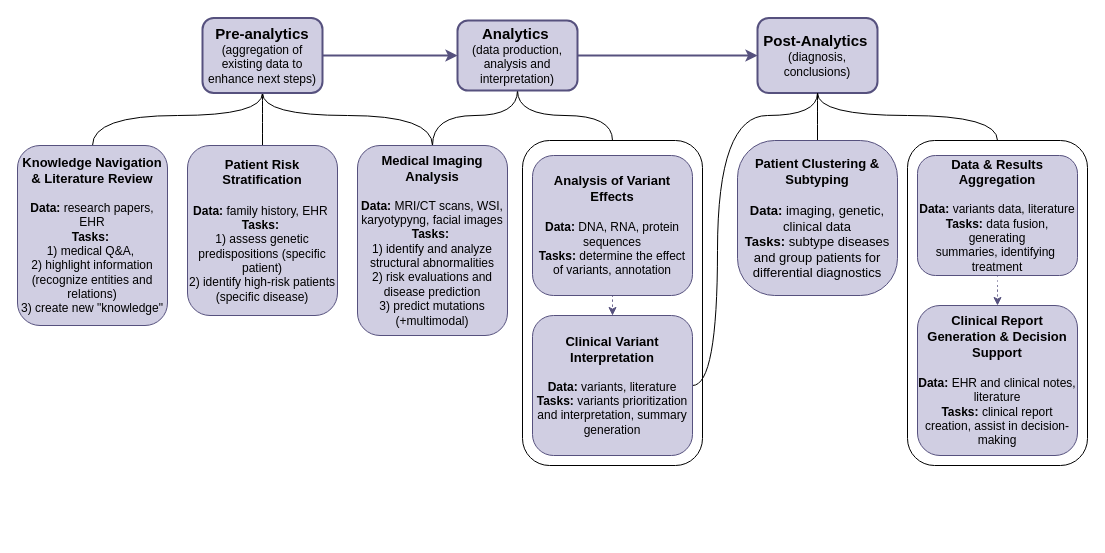
The draw.io diagram imgs/LLM_medical_v4.drawio in TohaRhymes/llm_in_diagnostics, before the edit. Source tidied: cells renumbered, new cells numbered last; positions are measured from the earlier drawing's top-left corner, leaving out a move shared by most shapes. Both pictures are drawn from the tidied source at 100%, with x=0, y=0 at pixel (17, 17).
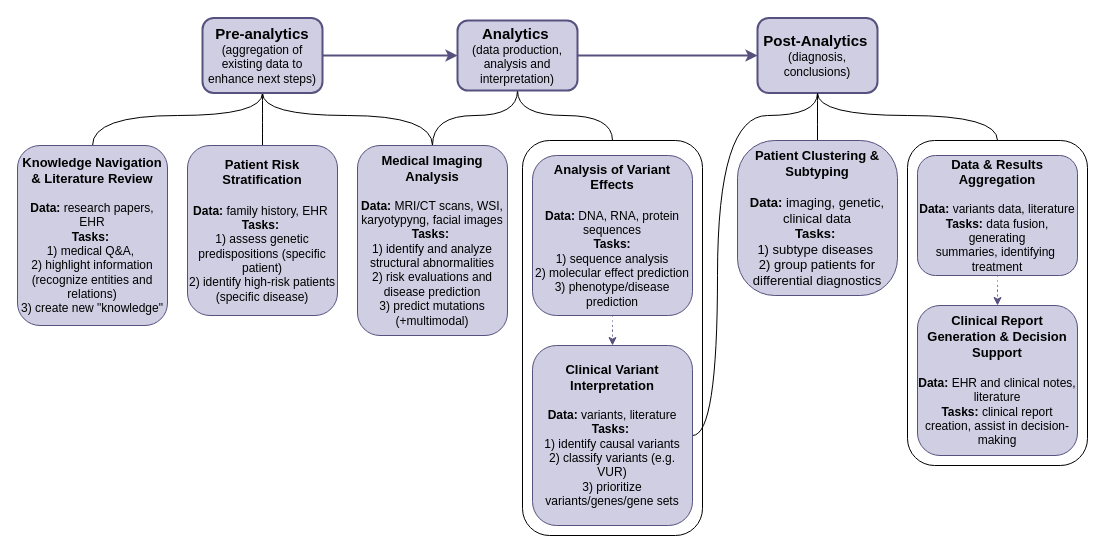
Above is the later version.

Commit message:
a bit updated img

The change refers to these unchanged cells:
```xml
<mxCell id="8" value="&lt;font style=&quot;font-size: 15px;&quot;&gt;&lt;b&gt;Post-Analytics&lt;/b&gt;&lt;/font&gt;&amp;nbsp;&lt;div&gt;(diagnosis, conclusions)&lt;/div&gt;" style="rounded=1;whiteSpace=wrap;html=1;fillColor=#d0cee2;strokeColor=#56517e;strokeWidth=2;" parent="1" vertex="1">
  <mxGeometry x="740" y="0.5" width="120" height="75" as="geometry" />
</mxCell>
```

Change to the diagram source:
```diff
@@
     <mxCell id="2" style="rounded=1;whiteSpace=wrap;html=1;" parent="1" vertex="1">
-      <mxGeometry x="505" y="123" width="180" height="325" as="geometry" />
+      <mxGeometry x="505" y="123" width="180" height="395" as="geometry" />
     </mxCell>
@@
     <mxCell id="7" style="edgeStyle=orthogonalEdgeStyle;rounded=0;jettySize=auto;html=1;entryX=1;entryY=0.5;entryDx=0;entryDy=0;curved=1;endArrow=none;endFill=0;exitX=0.5;exitY=1;exitDx=0;exitDy=0;" parent="1" edge="1" source="8" target="17">
       <mxGeometry relative="1" as="geometry">
         <Array as="points">
           <mxPoint x="800" y="98" />
           <mxPoint x="700" y="98" />
-          <mxPoint x="700" y="368" />
+          <mxPoint x="700" y="418" />
         </Array>
       </mxGeometry>
     </mxCell>
@@
-    <mxCell id="16" value="&lt;div&gt;&lt;span style=&quot;font-size: 13px;&quot;&gt;&lt;b&gt;Analysis of Variant Effects&lt;/b&gt;&lt;/span&gt;&lt;/div&gt;&lt;div&gt;&lt;span style=&quot;font-size: 13px;&quot;&gt;&lt;b&gt;&lt;br&gt;&lt;/b&gt;&lt;/span&gt;&lt;/div&gt;&lt;div&gt;&lt;b&gt;Data:&lt;/b&gt;&amp;nbsp;DNA, RNA, protein sequences&lt;/div&gt;&lt;div&gt;&lt;b style=&quot;background-color: initial;&quot;&gt;Tasks:&lt;/b&gt;&lt;span style=&quot;background-color: initial;&quot;&gt;&amp;nbsp;&lt;/span&gt;&lt;span style=&quot;background-color: initial;&quot;&gt;determine the effect of variants,&amp;nbsp;&lt;/span&gt;&lt;span style=&quot;background-color: initial;&quot;&gt;annotation&lt;br&gt;&lt;/span&gt;&lt;/div&gt;" style="whiteSpace=wrap;html=1;fillColor=#d0cee2;strokeColor=#56517e;rounded=1;" parent="1" vertex="1">
-      <mxGeometry x="515" y="138" width="160" height="140" as="geometry" />
+    <mxCell id="16" value="&lt;div&gt;&lt;span style=&quot;font-size: 13px;&quot;&gt;&lt;b&gt;Analysis of Variant Effects&lt;/b&gt;&lt;/span&gt;&lt;/div&gt;&lt;div&gt;&lt;span style=&quot;font-size: 13px;&quot;&gt;&lt;b&gt;&lt;br&gt;&lt;/b&gt;&lt;/span&gt;&lt;/div&gt;&lt;div&gt;&lt;b&gt;Data:&lt;/b&gt;&amp;nbsp;DNA, RNA, protein sequences&lt;/div&gt;&lt;div&gt;&lt;b style=&quot;background-color: initial;&quot;&gt;Tasks:&lt;/b&gt;&lt;span style=&quot;background-color: initial;&quot;&gt;&lt;br&gt;&lt;/span&gt;&lt;/div&gt;&lt;div&gt;&lt;span style=&quot;background-color: initial;&quot;&gt;1) sequence analysis&lt;/span&gt;&lt;/div&gt;&lt;div&gt;&lt;span style=&quot;background-color: initial;&quot;&gt;2) molecular effect prediction&lt;/span&gt;&lt;/div&gt;&lt;div&gt;&lt;span style=&quot;background-color: initial;&quot;&gt;3) phenotype/disease prediction&lt;/span&gt;&lt;/div&gt;" style="whiteSpace=wrap;html=1;fillColor=#d0cee2;strokeColor=#56517e;rounded=1;" parent="1" vertex="1">
+      <mxGeometry x="515" y="138" width="160" height="160" as="geometry" />
     </mxCell>
-    <mxCell id="17" value="&lt;span style=&quot;font-size: 13px;&quot;&gt;&lt;b&gt;Clinical Variant Interpretation&lt;/b&gt;&lt;/span&gt;&lt;br&gt;&lt;div&gt;&lt;div&gt;&lt;br&gt;&lt;/div&gt;&lt;div&gt;&lt;b&gt;Data:&lt;/b&gt;&amp;nbsp;variants, literature&lt;/div&gt;&lt;div&gt;&lt;b&gt;Tasks:&lt;/b&gt;&amp;nbsp;variants prioritization and&amp;nbsp;&lt;span style=&quot;background-color: initial;&quot;&gt;interpretation, summary generation&lt;/span&gt;&lt;/div&gt;&lt;/div&gt;" style="whiteSpace=wrap;html=1;fillColor=#d0cee2;strokeColor=#56517e;rounded=1;" parent="1" vertex="1">
-      <mxGeometry x="515" y="298" width="160" height="140" as="geometry" />
+    <mxCell id="17" value="&lt;span style=&quot;font-size: 13px;&quot;&gt;&lt;b&gt;Clinical Variant Interpretation&lt;/b&gt;&lt;/span&gt;&lt;br&gt;&lt;div&gt;&lt;div&gt;&lt;br&gt;&lt;/div&gt;&lt;div&gt;&lt;b&gt;Data:&lt;/b&gt;&amp;nbsp;variants, literature&lt;/div&gt;&lt;div&gt;&lt;b&gt;Tasks:&lt;/b&gt;&amp;nbsp;&lt;/div&gt;&lt;div&gt;1) identify causal variants&lt;/div&gt;&lt;div&gt;2) classify variants (e.g. VUR)&lt;/div&gt;&lt;div&gt;3) prioritize variants/genes/gene sets&lt;/div&gt;&lt;/div&gt;" style="whiteSpace=wrap;html=1;fillColor=#d0cee2;strokeColor=#56517e;rounded=1;" parent="1" vertex="1">
+      <mxGeometry x="515" y="328" width="160" height="180" as="geometry" />
     </mxCell>
@@
-    <mxCell id="26" value="&lt;span style=&quot;font-size: 13px;&quot;&gt;&lt;b&gt;Patient Clustering &amp;amp; Subtyping&lt;/b&gt;&lt;/span&gt;&lt;br&gt;&lt;div style=&quot;font-size: 13px;&quot;&gt;&lt;div&gt;&lt;br&gt;&lt;/div&gt;&lt;div&gt;&lt;b&gt;Data:&lt;/b&gt;&amp;nbsp;imaging, genetic, clinical data&lt;/div&gt;&lt;div&gt;&lt;b&gt;Tasks:&lt;/b&gt;&amp;nbsp;subtype diseases and group patients for differential diagnostics&lt;/div&gt;&lt;/div&gt;" style="whiteSpace=wrap;html=1;fillColor=#d0cee2;strokeColor=#56517e;rounded=1;arcSize=24;" parent="1" vertex="1">
+    <mxCell id="26" value="&lt;span style=&quot;font-size: 13px;&quot;&gt;&lt;b&gt;Patient Clustering &amp;amp; Subtyping&lt;/b&gt;&lt;/span&gt;&lt;br&gt;&lt;div style=&quot;font-size: 13px;&quot;&gt;&lt;div&gt;&lt;br&gt;&lt;/div&gt;&lt;div&gt;&lt;b&gt;Data:&lt;/b&gt;&amp;nbsp;imaging, genetic, clinical data&lt;/div&gt;&lt;div&gt;&lt;b&gt;Tasks:&lt;/b&gt;&amp;nbsp;&lt;/div&gt;&lt;div&gt;1) subtype diseases&amp;nbsp;&lt;/div&gt;&lt;div&gt;2) group patients for differential diagnostics&lt;/div&gt;&lt;/div&gt;" style="whiteSpace=wrap;html=1;fillColor=#d0cee2;strokeColor=#56517e;rounded=1;arcSize=24;" parent="1" vertex="1">
       <mxGeometry x="720" y="123" width="160" height="155" as="geometry" />
     </mxCell>
```
